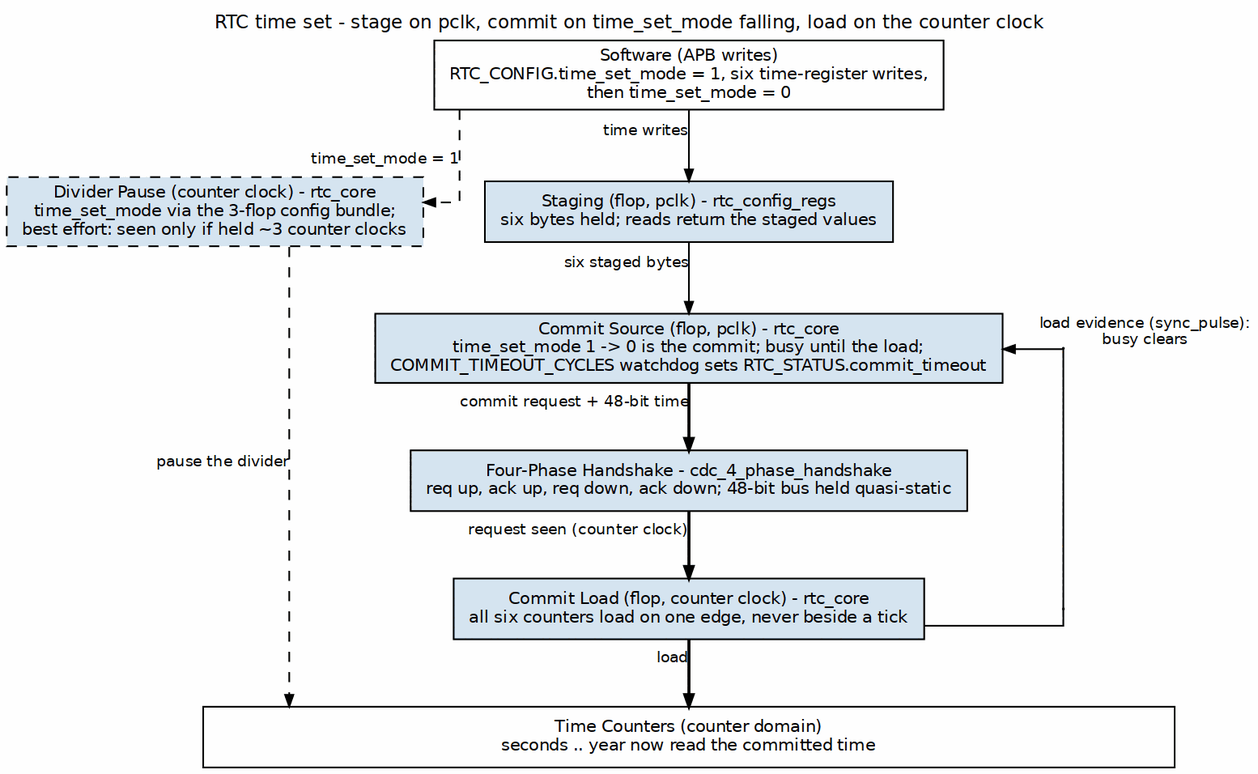
Earlier version of the Graphviz export projects/components/legacy-ip/retro_legacy_blocks/docs/rtc_mas/assets/graphviz/rtc_time_set.png (sean-galloway/RTLDesignSherpa). Its source is kept beside it as projects/components/legacy-ip/retro_legacy_blocks/docs/rtc_mas/assets/graphviz/rtc_time_set.dot.
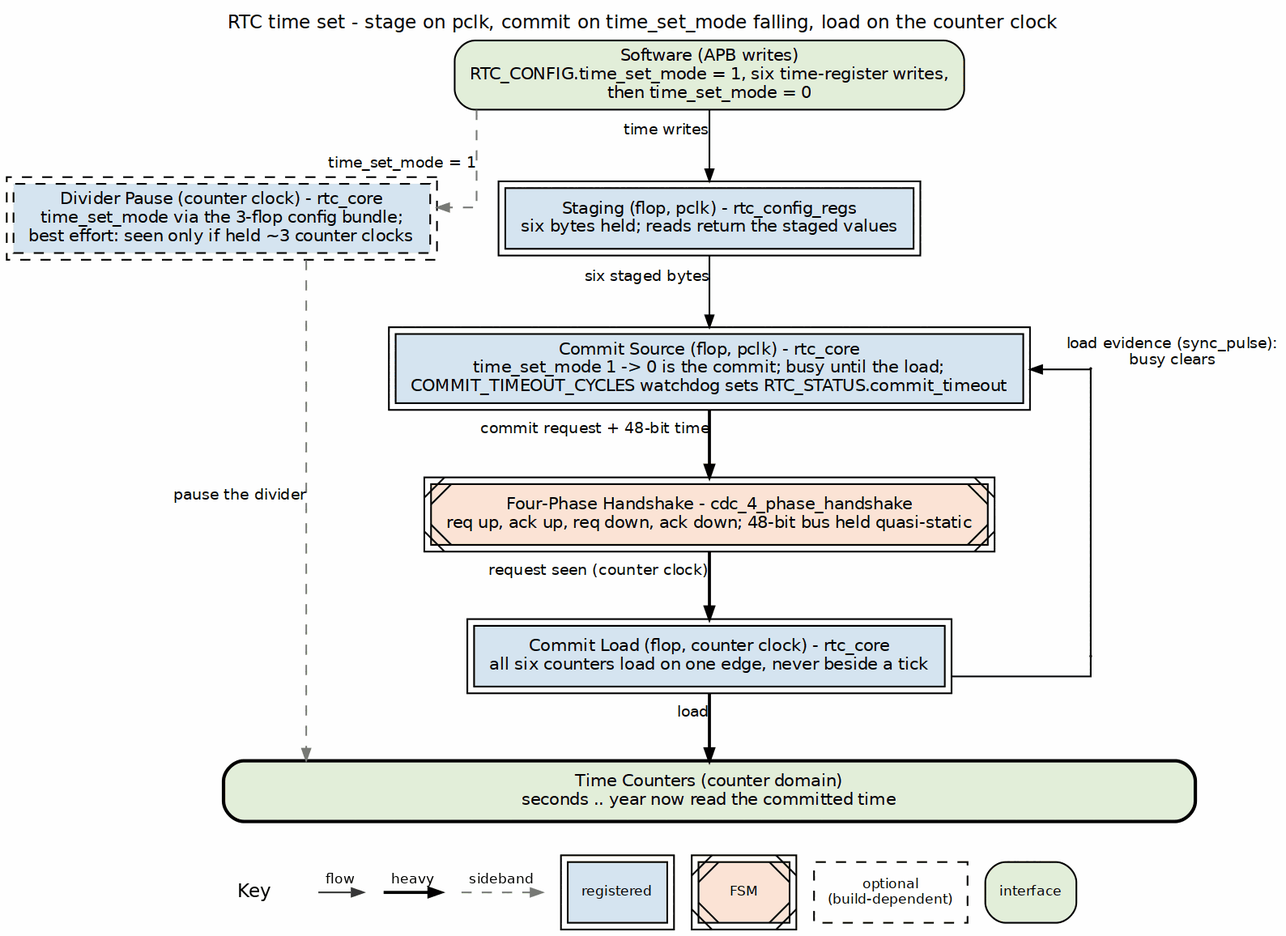
After the commit.

Diff of the diagram source:
```diff
@@ -4,26 +4,26 @@
            label="RTC time set - stage on pclk, commit on time_set_mode falling, load on the counter clock",
            labelloc=t, labeljust=c];
     node  [fontname="Helvetica", fontsize=10, shape=box, style=filled,
-           fillcolor="#D6E4F0", color="black", margin="0.12,0.06"];
+           fillcolor="white", color="black", margin="0.12,0.06"];
     edge  [fontname="Helvetica", fontsize=9, color="black", arrowsize=0.7];
 
-    sw  [group=C, fillcolor="white", label="Software (APB writes)\nRTC_CONFIG.time_set_mode = 1, six time-register writes,\nthen time_set_mode = 0"];
+    sw  [group=C, fillcolor="white", label="Software (APB writes)\nRTC_CONFIG.time_set_mode = 1, six time-register writes,\nthen time_set_mode = 0", style="rounded,filled", fillcolor="#E2EFDA"];
 
-    stg [group=C, label="Staging (flop, pclk) - rtc_config_regs\nsix bytes held; reads return the staged values"];
-    src [group=C, label="Commit Source (flop, pclk) - rtc_core\ntime_set_mode 1 -> 0 is the commit; busy until the load;\nCOMMIT_TIMEOUT_CYCLES watchdog sets RTC_STATUS.commit_timeout"];
-    hs  [group=C, label="Four-Phase Handshake - cdc_4_phase_handshake\nreq up, ack up, req down, ack down; 48-bit bus held quasi-static"];
-    ld  [group=C, label="Commit Load (flop, counter clock) - rtc_core\nall six counters load on one edge, never beside a tick"];
-    pz  [group=L, style="filled,dashed", label="Divider Pause (counter clock) - rtc_core\ntime_set_mode via the 3-flop config bundle;\nbest effort: seen only if held ~3 counter clocks"];
+    stg [group=C, label="Staging (flop, pclk) - rtc_config_regs\nsix bytes held; reads return the staged values", peripheries=2, style="filled", fillcolor="#D6E4F0"];
+    src [group=C, label="Commit Source (flop, pclk) - rtc_core\ntime_set_mode 1 -> 0 is the commit; busy until the load;\nCOMMIT_TIMEOUT_CYCLES watchdog sets RTC_STATUS.commit_timeout", peripheries=2, style="filled", fillcolor="#D6E4F0"];
+    hs  [group=C, label="Four-Phase Handshake - cdc_4_phase_handshake\nreq up, ack up, req down, ack down; 48-bit bus held quasi-static", peripheries=2, style="filled,diagonals", fillcolor="#FCE4D6"];
+    ld  [group=C, label="Commit Load (flop, counter clock) - rtc_core\nall six counters load on one edge, never beside a tick", peripheries=2, style="filled", fillcolor="#D6E4F0"];
+    pz  [group=L, style="filled,dashed", label="Divider Pause (counter clock) - rtc_core\ntime_set_mode via the 3-flop config bundle;\nbest effort: seen only if held ~3 counter clocks", peripheries=2, style="filled,dashed", fillcolor="#D6E4F0"];
 
-    bar [group=C, fillcolor="white", width=8.0, label="Time Counters (counter domain)\nseconds .. year now read the committed time"];
+    bar [group=C, fillcolor="white", width=8.0, label="Time Counters (counter domain)\nseconds .. year now read the committed time", style="rounded,filled,bold", fillcolor="#E2EFDA"];
 
     sw  -> stg [xlabel="time writes"];
     stg -> src [xlabel="six staged bytes"];
     src -> hs  [penwidth=1.8, xlabel="commit request + 48-bit time"];
     hs  -> ld  [penwidth=1.8, xlabel="request seen (counter clock)"];
     ld  -> bar [penwidth=1.8, xlabel="load"];
-    sw  -> pz  [style=dashed, xlabel="time_set_mode = 1"];
-    pz  -> bar [style=dashed, xlabel="pause the divider"];
+    sw  -> pz  [style=dashed, color="#777777", xlabel="time_set_mode = 1"];
+    pz  -> bar [style=dashed, color="#777777", xlabel="pause the divider"];
     p1 [shape=point, width=0.01, group=R];
     p2 [shape=point, width=0.01, group=R];
     src -> p1 [dir=back, xlabel="load evidence (sync_pulse):\nbusy clears"];
```
